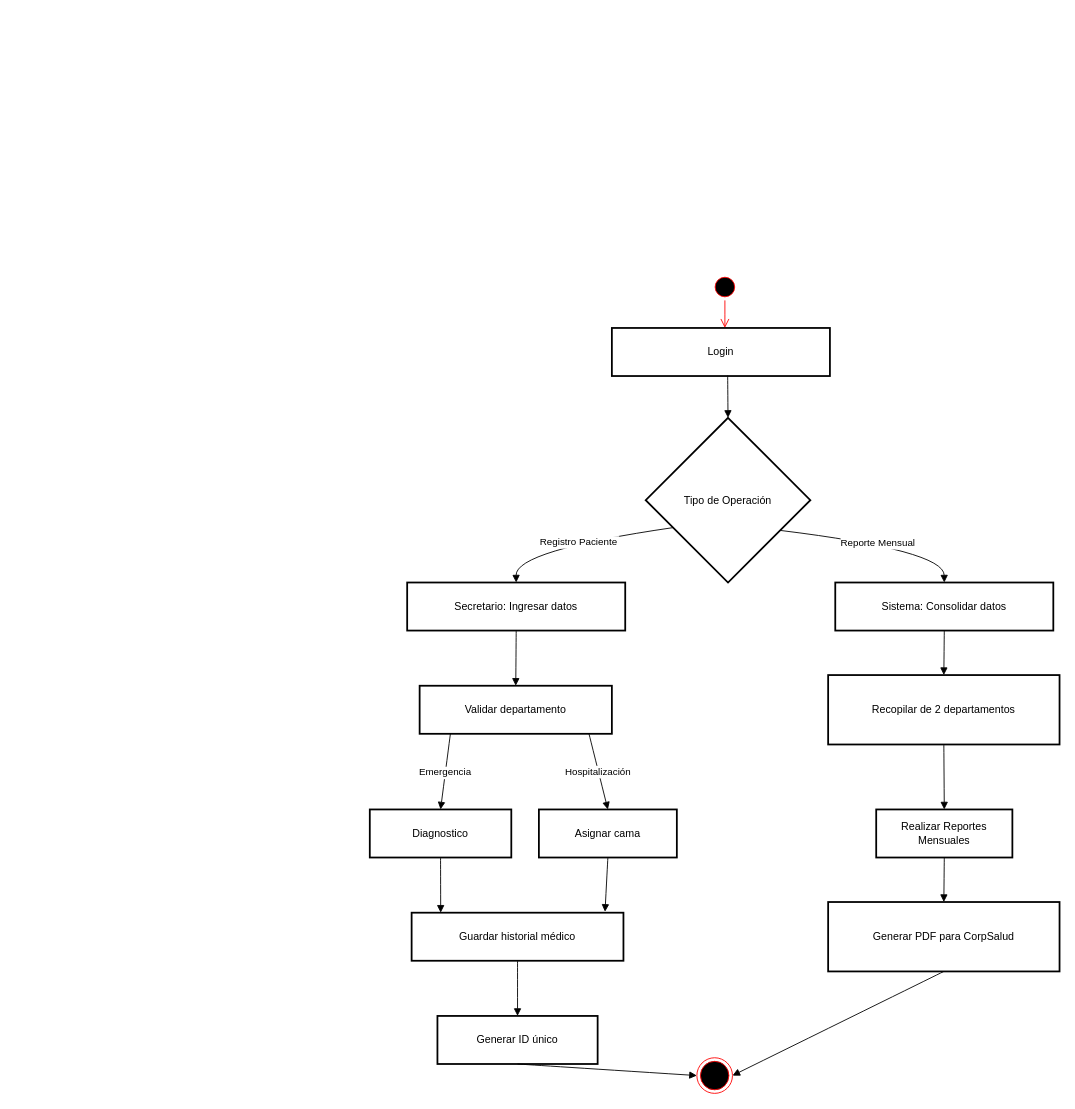
Earlier version of the draw.io diagram page "Actividades" (6 of 7) of docs/Diagramas.drawio (fadrian06/haju). Source tidied: cells renumbered, new cells numbered last; positions are measured from the earlier drawing's top-left corner, leaving out a move shared by most shapes. Both pictures are drawn from the tidied source at 89%, with x=0, y=0 at pixel (369, 273).
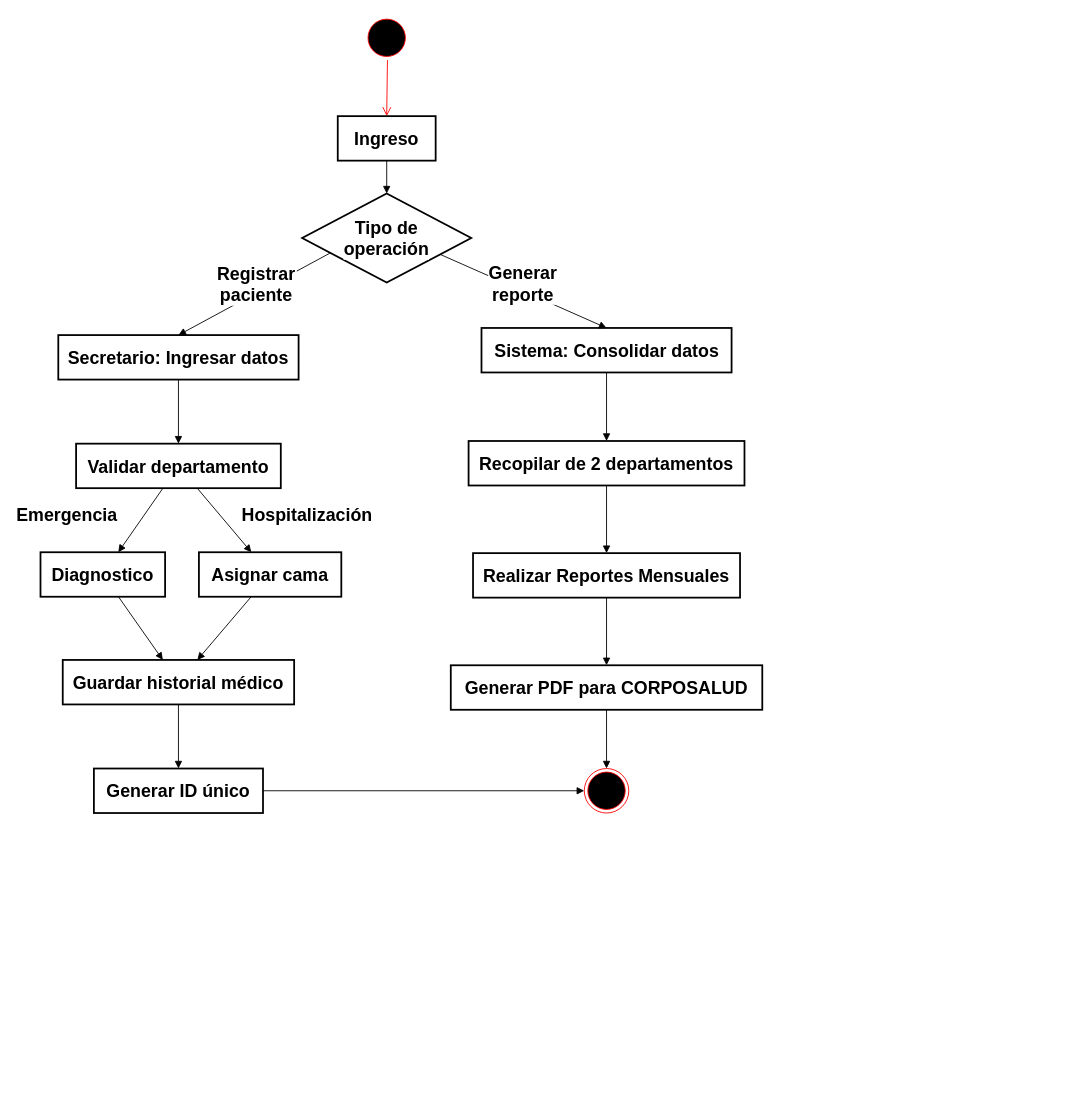
Above is the later version.

Change to the diagram source:
```diff
@@
-    <mxCell id="2" value="Tipo de Operación" style="rhombus;strokeWidth=2;whiteSpace=wrap;" parent="1" vertex="1">
-      <mxGeometry x="310" y="162" width="185" height="185" as="geometry" />
+    <mxCell id="2" value="Tipo de&#10;operación" style="rhombus;strokeWidth=2;whiteSpace=wrap;fontFamily=Arial;fontSize=20;fontStyle=1;labelBackgroundColor=default;spacingTop=10;spacingLeft=10;spacingBottom=10;spacingRight=10;" parent="1" vertex="1">
+      <mxGeometry x="-76" y="-90" width="190" height="100" as="geometry" />
     </mxCell>
-    <mxCell id="3" value="Secretario: Ingresar datos" style="whiteSpace=wrap;strokeWidth=2;" parent="1" vertex="1">
-      <mxGeometry x="42" y="347" width="245" height="54" as="geometry" />
+    <mxCell id="3" value="Secretario: Ingresar datos" style="whiteSpace=wrap;strokeWidth=2;fontFamily=Arial;fontSize=20;fontStyle=1;labelBackgroundColor=default;spacingTop=10;spacingLeft=10;spacingBottom=10;spacingRight=10;" parent="1" vertex="1">
+      <mxGeometry x="-350" y="69" width="270" height="50" as="geometry" />
     </mxCell>
-    <mxCell id="4" value="Sistema: Consolidar datos" style="whiteSpace=wrap;strokeWidth=2;" parent="1" vertex="1">
-      <mxGeometry x="523" y="347" width="245" height="54" as="geometry" />
+    <mxCell id="4" value="Sistema: Consolidar datos" style="whiteSpace=wrap;strokeWidth=2;fontFamily=Arial;fontSize=20;fontStyle=1;labelBackgroundColor=default;spacingTop=10;spacingLeft=10;spacingBottom=10;spacingRight=10;" parent="1" vertex="1">
+      <mxGeometry x="125.5" y="61" width="281" height="50" as="geometry" />
     </mxCell>
-    <mxCell id="5" value="Validar departamento" style="whiteSpace=wrap;strokeWidth=2;" parent="1" vertex="1">
-      <mxGeometry x="56" y="463" width="216" height="54" as="geometry" />
+    <mxCell id="5" value="Validar departamento" style="whiteSpace=wrap;strokeWidth=2;fontFamily=Arial;fontSize=20;fontStyle=1;labelBackgroundColor=default;spacingTop=10;spacingLeft=10;spacingBottom=10;spacingRight=10;" parent="1" vertex="1">
+      <mxGeometry x="-330" y="191" width="230" height="50" as="geometry" />
     </mxCell>
-    <mxCell id="6" value="Diagnostico" style="whiteSpace=wrap;strokeWidth=2;" parent="1" vertex="1">
-      <mxGeometry y="602" width="159" height="54" as="geometry" />
+    <mxCell id="6" value="Diagnostico" style="whiteSpace=wrap;strokeWidth=2;fontFamily=Arial;fontSize=20;fontStyle=1;labelBackgroundColor=default;spacingTop=10;spacingLeft=10;spacingBottom=10;spacingRight=10;" parent="1" vertex="1">
+      <mxGeometry x="-370" y="313" width="140" height="50" as="geometry" />
     </mxCell>
-    <mxCell id="7" value="Asignar cama" style="whiteSpace=wrap;strokeWidth=2;" parent="1" vertex="1">
-      <mxGeometry x="190" y="602" width="155" height="54" as="geometry" />
+    <mxCell id="7" value="Asignar cama" style="whiteSpace=wrap;strokeWidth=2;fontFamily=Arial;fontSize=20;fontStyle=1;labelBackgroundColor=default;spacingTop=10;spacingLeft=10;spacingBottom=10;spacingRight=10;" parent="1" vertex="1">
+      <mxGeometry x="-192" y="313" width="160" height="50" as="geometry" />
     </mxCell>
-    <mxCell id="8" value="Guardar historial médico" style="whiteSpace=wrap;strokeWidth=2;" parent="1" vertex="1">
-      <mxGeometry x="47" y="718" width="238" height="54" as="geometry" />
+    <mxCell id="8" value="Guardar historial médico" style="whiteSpace=wrap;strokeWidth=2;fontFamily=Arial;fontSize=20;fontStyle=1;labelBackgroundColor=default;spacingTop=10;spacingLeft=10;spacingBottom=10;spacingRight=10;" parent="1" vertex="1">
+      <mxGeometry x="-345" y="434" width="260" height="50" as="geometry" />
     </mxCell>
-    <mxCell id="9" value="Generar ID único" style="whiteSpace=wrap;strokeWidth=2;" parent="1" vertex="1">
-      <mxGeometry x="76" y="834" width="180" height="54" as="geometry" />
+    <mxCell id="9" value="Generar ID único" style="whiteSpace=wrap;strokeWidth=2;fontFamily=Arial;fontSize=20;fontStyle=1;labelBackgroundColor=default;spacingTop=10;spacingLeft=10;spacingBottom=10;spacingRight=10;" parent="1" vertex="1">
+      <mxGeometry x="-310" y="556" width="190" height="50" as="geometry" />
     </mxCell>
-    <mxCell id="10" value="Recopilar de 2 departamentos" style="whiteSpace=wrap;strokeWidth=2;" parent="1" vertex="1">
-      <mxGeometry x="515" y="451" width="260" height="78" as="geometry" />
+    <mxCell id="10" value="Recopilar de 2 departamentos" style="whiteSpace=wrap;strokeWidth=2;fontFamily=Arial;fontSize=20;fontStyle=1;labelBackgroundColor=default;spacingTop=10;spacingLeft=10;spacingBottom=10;spacingRight=10;" parent="1" vertex="1">
+      <mxGeometry x="111" y="188" width="310" height="50" as="geometry" />
     </mxCell>
-    <mxCell id="11" value="Realizar Reportes Mensuales" style="whiteSpace=wrap;strokeWidth=2;" parent="1" vertex="1">
-      <mxGeometry x="569" y="602" width="153" height="54" as="geometry" />
+    <mxCell id="11" value="Realizar Reportes Mensuales" style="whiteSpace=wrap;strokeWidth=2;fontFamily=Arial;fontSize=20;fontStyle=1;labelBackgroundColor=default;spacingTop=10;spacingLeft=10;spacingBottom=10;spacingRight=10;" parent="1" vertex="1">
+      <mxGeometry x="116" y="314" width="300" height="50" as="geometry" />
     </mxCell>
-    <mxCell id="12" value="Generar PDF para CorpSalud" style="whiteSpace=wrap;strokeWidth=2;" parent="1" vertex="1">
-      <mxGeometry x="515" y="706" width="260" height="78" as="geometry" />
+    <mxCell id="12" value="Generar PDF para CORPOSALUD" style="whiteSpace=wrap;strokeWidth=2;fontFamily=Arial;fontSize=20;fontStyle=1;labelBackgroundColor=default;spacingTop=10;spacingLeft=10;spacingBottom=10;spacingRight=10;" parent="1" vertex="1">
+      <mxGeometry x="91" y="440" width="350" height="50" as="geometry" />
     </mxCell>
-    <mxCell id="13" value="Registro Paciente" style="curved=1;startArrow=none;endArrow=block;exitX=0;exitY=0.75;entryX=0.5;entryY=0;rounded=0;" parent="1" edge="1" source="2" target="3">
-      <mxGeometry relative="1" as="geometry">
-        <Array as="points">
-          <mxPoint x="164" y="311" />
-        </Array>
-      </mxGeometry>
+    <mxCell id="13" value="Registrar&#10;paciente" style="startArrow=none;endArrow=block;exitX=0;exitY=0.75;entryX=0.5;entryY=0;rounded=0;fontFamily=Arial;fontSize=20;fontStyle=1;labelBackgroundColor=default;spacingTop=10;spacingLeft=10;spacingBottom=10;spacingRight=10;" parent="1" edge="1" source="2" target="3">
+      <mxGeometry x="-0.08" y="-10" relative="1" as="geometry" />
     </mxCell>
-    <mxCell id="14" value="Reporte Mensual" style="curved=1;startArrow=none;endArrow=block;exitX=1;exitY=0.79;entryX=0.5;entryY=0;rounded=0;" parent="1" edge="1" source="2" target="4">
-      <mxGeometry relative="1" as="geometry">
-        <Array as="points">
-          <mxPoint x="645" y="311" />
-        </Array>
-      </mxGeometry>
+    <mxCell id="14" value="Generar&#10;reporte" style="startArrow=none;endArrow=block;exitX=1;exitY=0.79;entryX=0.5;entryY=0;rounded=0;fontFamily=Arial;fontSize=20;fontStyle=1;labelBackgroundColor=default;spacingTop=10;spacingLeft=10;spacingBottom=10;spacingRight=10;" parent="1" edge="1" source="2" target="4">
+      <mxGeometry x="-0.04" y="9" relative="1" as="geometry" />
     </mxCell>
-    <mxCell id="15" style="curved=1;startArrow=none;endArrow=block;exitX=0.5;exitY=1;entryX=0.5;entryY=0;rounded=0;" parent="1" edge="1" source="3" target="5">
+    <mxCell id="15" style="startArrow=none;endArrow=block;exitX=0.5;exitY=1;entryX=0.5;entryY=0;rounded=0;fontFamily=Arial;fontSize=20;fontStyle=1;labelBackgroundColor=default;spacingTop=10;spacingLeft=10;spacingBottom=10;spacingRight=10;" parent="1" edge="1" source="3" target="5">
       <mxGeometry relative="1" as="geometry" />
     </mxCell>
-    <mxCell id="16" value="Emergencia" style="curved=1;startArrow=none;endArrow=block;exitX=0.16;exitY=1;entryX=0.5;entryY=-0.01;rounded=0;" parent="1" edge="1" source="5" target="6">
-      <mxGeometry relative="1" as="geometry" />
+    <mxCell id="16" value="Emergencia" style="startArrow=none;endArrow=block;rounded=0;fontFamily=Arial;fontSize=20;fontStyle=1;labelBackgroundColor=default;spacingTop=10;spacingLeft=10;spacingBottom=10;spacingRight=10;" parent="1" edge="1" source="5" target="6">
+      <mxGeometry x="0.94" y="-72" relative="1" as="geometry" />
     </mxCell>
-    <mxCell id="17" value="Hospitalización" style="curved=1;startArrow=none;endArrow=block;exitX=0.88;exitY=0.985;entryX=0.5;entryY=-0.01;rounded=0;exitDx=0;exitDy=0;exitPerimeter=0;" parent="1" edge="1" source="5" target="7">
-      <mxGeometry relative="1" as="geometry" />
+    <mxCell id="17" value="Hospitalización" style="startArrow=none;endArrow=block;rounded=0;fontFamily=Arial;fontSize=20;fontStyle=1;labelBackgroundColor=default;spacingTop=10;spacingLeft=10;spacingBottom=10;spacingRight=10;" parent="1" edge="1" source="5" target="7">
+      <mxGeometry x="1" y="76" relative="1" as="geometry">
+        <mxPoint x="5" y="6" as="offset" />
+      </mxGeometry>
     </mxCell>
-    <mxCell id="18" style="curved=1;startArrow=none;endArrow=block;exitX=0.5;exitY=0.99;entryX=0.13;entryY=-0.01;rounded=0;" parent="1" edge="1" source="6" target="8">
+    <mxCell id="18" style="startArrow=none;endArrow=block;rounded=0;fontFamily=Arial;fontSize=20;fontStyle=1;labelBackgroundColor=default;spacingTop=10;spacingLeft=10;spacingBottom=10;spacingRight=10;" parent="1" edge="1" source="6" target="8">
       <mxGeometry relative="1" as="geometry" />
     </mxCell>
-    <mxCell id="19" style="curved=1;startArrow=none;endArrow=block;exitX=0.5;exitY=0.99;rounded=0;entryX=0.913;entryY=-0.019;entryDx=0;entryDy=0;entryPerimeter=0;" parent="1" edge="1" source="7" target="8">
+    <mxCell id="19" style="startArrow=none;endArrow=block;rounded=0;fontFamily=Arial;fontSize=20;fontStyle=1;labelBackgroundColor=default;spacingTop=10;spacingLeft=10;spacingBottom=10;spacingRight=10;" parent="1" edge="1" source="7" target="8">
       <mxGeometry relative="1" as="geometry" />
     </mxCell>
-    <mxCell id="20" style="curved=1;startArrow=none;endArrow=block;exitX=0.5;exitY=0.99;entryX=0.5;entryY=-0.01;rounded=0;" parent="1" edge="1" source="8" target="9">
+    <mxCell id="20" style="startArrow=none;endArrow=block;rounded=0;fontFamily=Arial;fontSize=20;fontStyle=1;labelBackgroundColor=default;spacingTop=10;spacingLeft=10;spacingBottom=10;spacingRight=10;" parent="1" edge="1" source="8" target="9">
       <mxGeometry relative="1" as="geometry" />
     </mxCell>
-    <mxCell id="21" style="curved=1;startArrow=none;endArrow=block;exitX=0.5;exitY=1;entryX=0.5;entryY=0;rounded=0;" parent="1" edge="1" source="4" target="10">
+    <mxCell id="21" style="startArrow=none;endArrow=block;exitX=0.5;exitY=1;entryX=0.5;entryY=0;rounded=0;fontFamily=Arial;fontSize=20;fontStyle=1;labelBackgroundColor=default;spacingTop=10;spacingLeft=10;spacingBottom=10;spacingRight=10;" parent="1" edge="1" source="4" target="10">
       <mxGeometry relative="1" as="geometry" />
     </mxCell>
-    <mxCell id="22" style="curved=1;startArrow=none;endArrow=block;exitX=0.5;exitY=1;entryX=0.5;entryY=-0.01;rounded=0;" parent="1" edge="1" source="10" target="11">
+    <mxCell id="22" style="startArrow=none;endArrow=block;exitX=0.5;exitY=1;entryX=0.5;entryY=-0.01;rounded=0;fontFamily=Arial;fontSize=20;fontStyle=1;labelBackgroundColor=default;spacingTop=10;spacingLeft=10;spacingBottom=10;spacingRight=10;" parent="1" edge="1" source="10" target="11">
       <mxGeometry relative="1" as="geometry" />
     </mxCell>
-    <mxCell id="23" style="curved=1;startArrow=none;endArrow=block;exitX=0.5;exitY=0.99;entryX=0.5;entryY=0;rounded=0;" parent="1" edge="1" source="11" target="12">
+    <mxCell id="23" style="startArrow=none;endArrow=block;exitX=0.5;exitY=0.99;entryX=0.5;entryY=0;rounded=0;fontFamily=Arial;fontSize=20;fontStyle=1;labelBackgroundColor=default;spacingTop=10;spacingLeft=10;spacingBottom=10;spacingRight=10;" parent="1" edge="1" source="11" target="12">
       <mxGeometry relative="1" as="geometry" />
     </mxCell>
-    <mxCell id="24" style="curved=1;startArrow=none;endArrow=block;exitX=0.5;exitY=1;entryX=1;entryY=0.5;rounded=0;entryDx=0;entryDy=0;" parent="1" edge="1" source="12" target="27">
+    <mxCell id="24" style="startArrow=none;endArrow=block;rounded=0;fontFamily=Arial;fontSize=20;fontStyle=1;labelBackgroundColor=default;spacingTop=10;spacingLeft=10;spacingBottom=10;spacingRight=10;" parent="1" edge="1" source="12" target="27">
       <mxGeometry relative="1" as="geometry" />
     </mxCell>
-    <mxCell id="25" style="ellipse;html=1;shape=startState;fillColor=#000000;strokeColor=#ff0000;" parent="1" vertex="1">
-      <mxGeometry x="384" width="30" height="30" as="geometry" />
+    <mxCell id="25" style="ellipse;html=1;shape=startState;fillColor=#000000;strokeColor=#ff0000;fontFamily=Arial;fontSize=20;fontStyle=1;labelBackgroundColor=default;spacingTop=10;spacingLeft=10;spacingBottom=10;spacingRight=10;" parent="1" vertex="1">
+      <mxGeometry x="-6" y="-290" width="50" height="50" as="geometry" />
     </mxCell>
-    <mxCell id="26" style="edgeStyle=orthogonalEdgeStyle;html=1;verticalAlign=bottom;endArrow=open;endSize=8;strokeColor=#ff0000;rounded=0;" parent="1" edge="1" source="25">
-      <mxGeometry relative="1" as="geometry">
-        <mxPoint x="399" y="61" as="targetPoint" />
-      </mxGeometry>
+    <mxCell id="26" style="html=1;verticalAlign=bottom;endArrow=open;endSize=8;strokeColor=#ff0000;rounded=0;fontFamily=Arial;fontSize=20;fontStyle=1;labelBackgroundColor=default;spacingTop=10;spacingLeft=10;spacingBottom=10;spacingRight=10;" parent="1" edge="1" source="25" target="29">
+      <mxGeometry relative="1" as="geometry" />
     </mxCell>
-    <mxCell id="27" style="ellipse;html=1;shape=endState;fillColor=#000000;strokeColor=#ff0000;" parent="1" vertex="1">
-      <mxGeometry x="367.5" y="881" width="40" height="40" as="geometry" />
+    <mxCell id="27" style="ellipse;html=1;shape=endState;fillColor=#000000;strokeColor=#ff0000;fontFamily=Arial;fontSize=20;fontStyle=1;labelBackgroundColor=default;spacingTop=10;spacingLeft=10;spacingBottom=10;spacingRight=10;" parent="1" vertex="1">
+      <mxGeometry x="241" y="556" width="50" height="50" as="geometry" />
     </mxCell>
-    <mxCell id="28" style="curved=1;startArrow=none;endArrow=block;exitX=0.5;exitY=1;entryX=0;entryY=0.5;rounded=0;entryDx=0;entryDy=0;exitDx=0;exitDy=0;" parent="1" edge="1" source="9" target="27">
+    <mxCell id="28" style="startArrow=none;endArrow=block;rounded=0;fontFamily=Arial;fontSize=20;fontStyle=1;labelBackgroundColor=default;spacingTop=10;spacingLeft=10;spacingBottom=10;spacingRight=10;" parent="1" edge="1" source="9" target="27">
       <mxGeometry relative="1" as="geometry" />
     </mxCell>
-    <mxCell id="29" value="Login" style="whiteSpace=wrap;strokeWidth=2;" parent="1" vertex="1">
-      <mxGeometry x="272" y="61" width="245" height="54" as="geometry" />
+    <mxCell id="29" value="Ingreso" style="whiteSpace=wrap;strokeWidth=2;fontFamily=Arial;fontSize=20;fontStyle=1;labelBackgroundColor=default;spacingTop=10;spacingLeft=10;spacingBottom=10;spacingRight=10;" parent="1" vertex="1">
+      <mxGeometry x="-36" y="-177" width="110" height="50" as="geometry" />
     </mxCell>
-    <mxCell id="30" style="curved=1;startArrow=none;endArrow=block;exitX=0.531;exitY=0.993;entryX=0.5;entryY=0;rounded=0;exitDx=0;exitDy=0;exitPerimeter=0;entryDx=0;entryDy=0;" parent="1" edge="1" source="29" target="2">
+    <mxCell id="30" style="startArrow=none;endArrow=block;rounded=0;fontFamily=Arial;fontSize=20;fontStyle=1;labelBackgroundColor=default;spacingTop=10;spacingLeft=10;spacingBottom=10;spacingRight=10;" parent="1" edge="1" source="29" target="2">
       <mxGeometry relative="1" as="geometry" />
     </mxCell>
```
